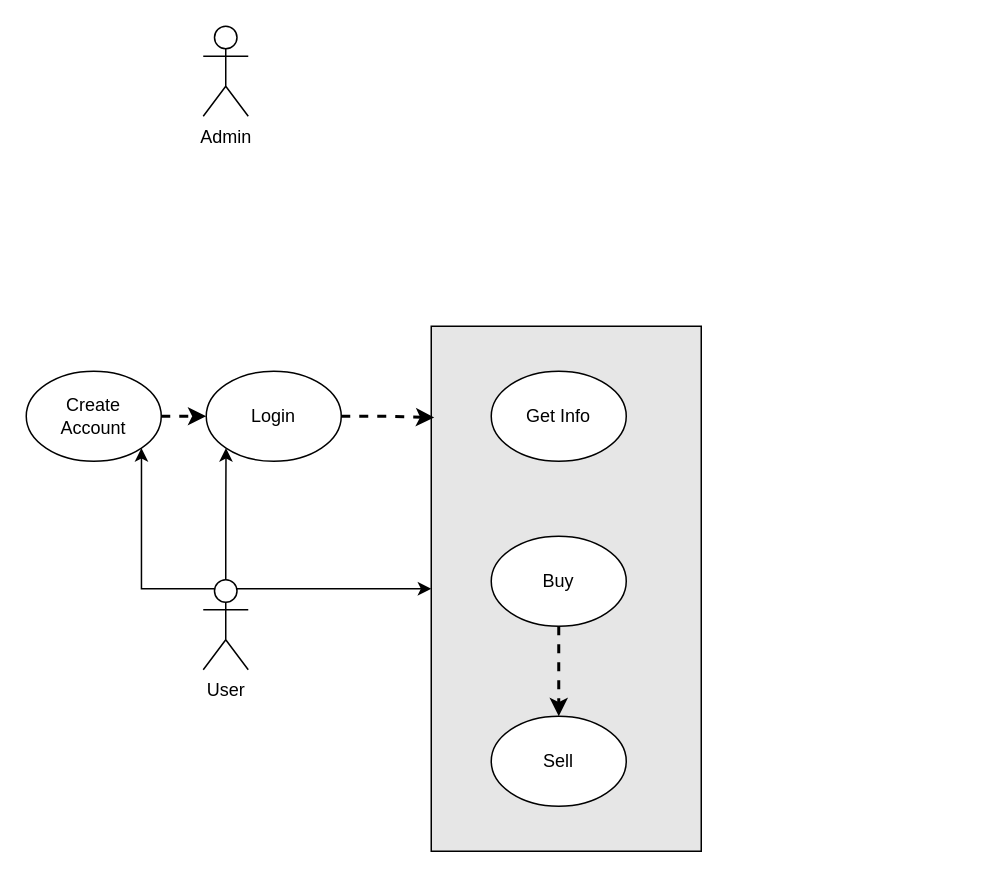
Above: page "diagramme de cas d'utilisation" (3 of 4) of Diagrammes/activity.drawio in andreychahovsky/Doca-projet (draw.io), before the change. Source tidied: cells renumbered, new cells numbered last; positions are measured from the earlier drawing's top-left corner, leaving out a move shared by most shapes. Both pictures are drawn from the tidied source at 150%, with x=0, y=0 at pixel (26, 26).
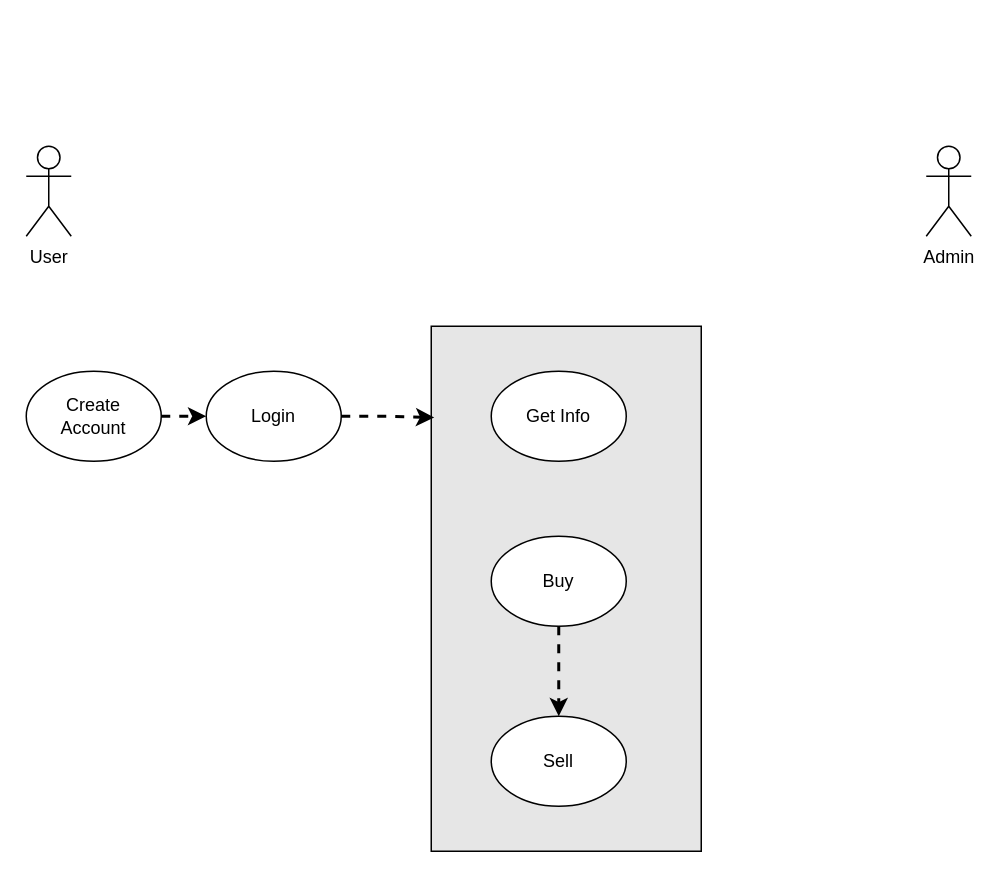
Above is the later version.

The edit, as a diff of the source:
```diff
@@
 <mxGraphModel>
   <root>
     <mxCell id="0" />
     <mxCell id="1" parent="0" />
     <mxCell id="2" style="rounded=0;whiteSpace=wrap;html=1;fillColor=#E6E6E6;" parent="1" vertex="1">
       <mxGeometry x="270" y="200" width="180" height="350" as="geometry" />
     </mxCell>
     <mxCell id="3" value="Admin" style="shape=umlActor;verticalLabelPosition=bottom;verticalAlign=top;html=1;" parent="1" vertex="1">
-      <mxGeometry x="118" width="30" height="60" as="geometry" />
+      <mxGeometry x="600" y="80" width="30" height="60" as="geometry" />
     </mxCell>
-    <mxCell id="4" style="edgeStyle=orthogonalEdgeStyle;rounded=0;jettySize=auto;html=1;exitX=0.25;exitY=0.1;exitDx=0;exitDy=0;exitPerimeter=0;entryX=1;entryY=1;entryDx=0;entryDy=0;" parent="1" edge="1" source="7" target="9">
-      <mxGeometry relative="1" as="geometry" />
-    </mxCell>
-    <mxCell id="5" style="edgeStyle=orthogonalEdgeStyle;rounded=0;jettySize=auto;html=1;exitX=0.5;exitY=0;exitDx=0;exitDy=0;exitPerimeter=0;entryX=0;entryY=1;entryDx=0;entryDy=0;" parent="1" edge="1" source="7" target="10">
-      <mxGeometry relative="1" as="geometry" />
-    </mxCell>
-    <mxCell id="6" style="edgeStyle=orthogonalEdgeStyle;rounded=0;jettySize=auto;html=1;exitX=0.75;exitY=0.1;exitDx=0;exitDy=0;exitPerimeter=0;" parent="1" edge="1" source="7" target="2">
-      <mxGeometry relative="1" as="geometry" />
-    </mxCell>
     <mxCell id="7" value="User" style="shape=umlActor;verticalLabelPosition=bottom;verticalAlign=top;html=1;outlineConnect=0;" parent="1" vertex="1">
-      <mxGeometry x="118" y="369" width="30" height="60" as="geometry" />
+      <mxGeometry y="80" width="30" height="60" as="geometry" />
     </mxCell>
     <mxCell id="8" style="edgeStyle=orthogonalEdgeStyle;rounded=0;jettySize=auto;html=1;exitX=1;exitY=0.5;exitDx=0;exitDy=0;entryX=0;entryY=0.5;entryDx=0;entryDy=0;dashed=1;strokeWidth=2;" parent="1" edge="1" source="9" target="10">
       <mxGeometry relative="1" as="geometry" />
     </mxCell>
     <mxCell id="9" value="Create&lt;br&gt;Account" style="ellipse;whiteSpace=wrap;html=1;" parent="1" vertex="1">
       <mxGeometry y="230" width="90" height="60" as="geometry" />
     </mxCell>
     <mxCell id="10" value="Login" style="ellipse;whiteSpace=wrap;html=1;" parent="1" vertex="1">
       <mxGeometry x="120" y="230" width="90" height="60" as="geometry" />
     </mxCell>
     <mxCell id="11" value="Get Info" style="ellipse;whiteSpace=wrap;html=1;" parent="1" vertex="1">
       <mxGeometry x="310" y="230" width="90" height="60" as="geometry" />
     </mxCell>
     <mxCell id="12" style="edgeStyle=orthogonalEdgeStyle;rounded=0;jettySize=auto;html=1;exitX=0.5;exitY=1;exitDx=0;exitDy=0;entryX=0.5;entryY=0;entryDx=0;entryDy=0;dashed=1;strokeWidth=2;" parent="1" edge="1" source="13" target="14">
       <mxGeometry relative="1" as="geometry" />
     </mxCell>
     <mxCell id="13" value="Buy" style="ellipse;whiteSpace=wrap;html=1;" parent="1" vertex="1">
       <mxGeometry x="310" y="340" width="90" height="60" as="geometry" />
     </mxCell>
     <mxCell id="14" value="Sell" style="ellipse;whiteSpace=wrap;html=1;" parent="1" vertex="1">
       <mxGeometry x="310" y="460" width="90" height="60" as="geometry" />
     </mxCell>
     <mxCell id="15" style="edgeStyle=orthogonalEdgeStyle;rounded=0;jettySize=auto;html=1;exitX=1;exitY=0.5;exitDx=0;exitDy=0;entryX=0.011;entryY=0.174;entryDx=0;entryDy=0;entryPerimeter=0;strokeWidth=2;dashed=1;" parent="1" edge="1" source="10" target="2">
       <mxGeometry relative="1" as="geometry" />
     </mxCell>
   </root>
 </mxGraphModel>
```
